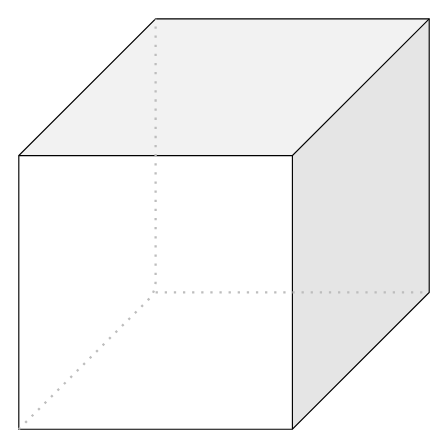
This is DW_Cube.drawio from SlatanEnLexSemester4/Data-Warehousing-en-Business-Intelligence, a draw.io file, before an edit. Source tidied: cells renumbered, new cells numbered last; positions are measured from the earlier drawing's top-left corner, leaving out a move shared by most shapes. Both pictures are drawn from the tidied source at 114%, with x=0, y=0 at pixel (18, 18).
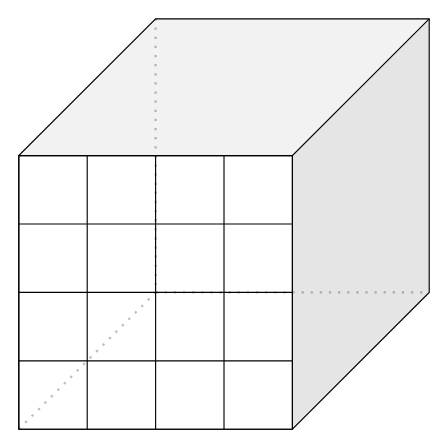
The same diagram, later.

The change refers to these unchanged cells:
```xml
<mxCell id="2" style="shape=cube;whiteSpace=wrap;html=1;boundedLbl=1;backgroundOutline=1;darkOpacity=0.05;darkOpacity2=0.1;flipH=1;size=120;fillColor=none;" parent="1" vertex="1">
  <mxGeometry width="360" height="360" as="geometry" />
</mxCell>
```

What changed in the source:
```diff
@@
+    <mxCell id="4" style="endArrow=none;dashed=1;html=1;dashPattern=1 3;strokeWidth=2;entryX=0;entryY=0;entryDx=0;entryDy=240;entryPerimeter=0;strokeColor=#BDBDBD;" parent="1" edge="1" target="2">
+      <mxGeometry relative="1" as="geometry">
+        <mxPoint x="120" y="240" as="sourcePoint" />
+      </mxGeometry>
+    </mxCell>
+    <mxCell id="3" style="endArrow=none;dashed=1;html=1;dashPattern=1 3;strokeWidth=2;exitX=1;exitY=1;exitDx=0;exitDy=0;exitPerimeter=0;entryX=0;entryY=0;entryDx=240;entryDy=0;entryPerimeter=0;strokeColor=#BDBDBD;edgeStyle=isometricEdgeStyle;rounded=0;" parent="1" edge="1" source="2" target="2">
+      <mxGeometry relative="1" as="geometry">
+        <Array as="points">
+          <mxPoint x="120" y="240" />
+        </Array>
+      </mxGeometry>
+    </mxCell>
@@
-    <mxCell id="3" style="endArrow=none;dashed=1;html=1;dashPattern=1 3;strokeWidth=2;exitX=1;exitY=1;exitDx=0;exitDy=0;exitPerimeter=0;entryX=0;entryY=0;entryDx=240;entryDy=0;entryPerimeter=0;strokeColor=#BDBDBD;" parent="1" edge="1" source="2" target="2">
-      <mxGeometry relative="1" as="geometry">
-        <Array as="points">
-          <mxPoint x="120" y="240" />
-        </Array>
-      </mxGeometry>
-    </mxCell>
-    <mxCell id="4" style="endArrow=none;dashed=1;html=1;dashPattern=1 3;strokeWidth=2;entryX=0;entryY=0;entryDx=0;entryDy=240;entryPerimeter=0;strokeColor=#BDBDBD;" parent="1" edge="1" target="2">
-      <mxGeometry relative="1" as="geometry">
-        <mxPoint x="120" y="240" as="sourcePoint" />
-      </mxGeometry>
-    </mxCell>
+    <mxCell id="5" style="shape=table;html=1;whiteSpace=wrap;startSize=0;childLayout=tableLayout;fillColor=none;" parent="1" vertex="1">
+      <mxGeometry y="120" width="240" height="240" as="geometry" />
+    </mxCell>
+    <mxCell id="6" style="shape=partialRectangle;html=1;whiteSpace=wrap;fillColor=none;top=0;left=0;bottom=0;right=0;" parent="5" vertex="1">
+      <mxGeometry width="240" height="60" as="geometry" />
+    </mxCell>
+    <mxCell id="7" style="shape=partialRectangle;html=1;whiteSpace=wrap;fillColor=none;top=0;left=0;bottom=0;right=0;overflow=hidden;" parent="6" vertex="1">
+      <mxGeometry width="60" height="60" as="geometry" />
+    </mxCell>
+    <mxCell id="8" style="shape=partialRectangle;html=1;whiteSpace=wrap;fillColor=none;top=0;left=0;bottom=0;right=0;overflow=hidden;" parent="6" vertex="1">
+      <mxGeometry x="60" width="60" height="60" as="geometry" />
+    </mxCell>
+    <mxCell id="9" style="shape=partialRectangle;html=1;whiteSpace=wrap;fillColor=none;top=0;left=0;bottom=0;right=0;overflow=hidden;" parent="6" vertex="1">
+      <mxGeometry x="120" width="60" height="60" as="geometry" />
+    </mxCell>
+    <mxCell id="10" style="shape=partialRectangle;html=1;whiteSpace=wrap;fillColor=none;top=0;left=0;bottom=0;right=0;overflow=hidden;" parent="6" vertex="1">
+      <mxGeometry x="180" width="60" height="60" as="geometry" />
+    </mxCell>
+    <mxCell id="11" style="shape=partialRectangle;html=1;whiteSpace=wrap;fillColor=none;top=0;left=0;bottom=0;right=0;" parent="5" vertex="1">
+      <mxGeometry y="60" width="240" height="60" as="geometry" />
+    </mxCell>
+    <mxCell id="12" style="shape=partialRectangle;html=1;whiteSpace=wrap;fillColor=none;top=0;left=0;bottom=0;right=0;overflow=hidden;" parent="11" vertex="1">
+      <mxGeometry width="60" height="60" as="geometry" />
+    </mxCell>
+    <mxCell id="13" style="shape=partialRectangle;html=1;whiteSpace=wrap;fillColor=none;top=0;left=0;bottom=0;right=0;overflow=hidden;" parent="11" vertex="1">
+      <mxGeometry x="60" width="60" height="60" as="geometry" />
+    </mxCell>
+    <mxCell id="14" style="shape=partialRectangle;html=1;whiteSpace=wrap;fillColor=none;top=0;left=0;bottom=0;right=0;overflow=hidden;" parent="11" vertex="1">
+      <mxGeometry x="120" width="60" height="60" as="geometry" />
+    </mxCell>
+    <mxCell id="15" style="shape=partialRectangle;html=1;whiteSpace=wrap;fillColor=none;top=0;left=0;bottom=0;right=0;overflow=hidden;" parent="11" vertex="1">
+      <mxGeometry x="180" width="60" height="60" as="geometry" />
+    </mxCell>
+    <mxCell id="16" style="shape=partialRectangle;html=1;whiteSpace=wrap;fillColor=none;top=0;left=0;bottom=0;right=0;" parent="5" vertex="1">
+      <mxGeometry y="120" width="240" height="60" as="geometry" />
+    </mxCell>
+    <mxCell id="17" style="shape=partialRectangle;html=1;whiteSpace=wrap;fillColor=none;top=0;left=0;bottom=0;right=0;overflow=hidden;" parent="16" vertex="1">
+      <mxGeometry width="60" height="60" as="geometry" />
+    </mxCell>
+    <mxCell id="18" style="shape=partialRectangle;html=1;whiteSpace=wrap;fillColor=none;top=0;left=0;bottom=0;right=0;overflow=hidden;" parent="16" vertex="1">
+      <mxGeometry x="60" width="60" height="60" as="geometry" />
+    </mxCell>
+    <mxCell id="19" style="shape=partialRectangle;html=1;whiteSpace=wrap;fillColor=none;top=0;left=0;bottom=0;right=0;overflow=hidden;" parent="16" vertex="1">
+      <mxGeometry x="120" width="60" height="60" as="geometry" />
+    </mxCell>
+    <mxCell id="20" style="shape=partialRectangle;html=1;whiteSpace=wrap;fillColor=none;top=0;left=0;bottom=0;right=0;overflow=hidden;" parent="16" vertex="1">
+      <mxGeometry x="180" width="60" height="60" as="geometry" />
+    </mxCell>
+    <mxCell id="21" style="shape=partialRectangle;html=1;whiteSpace=wrap;fillColor=none;top=0;left=0;bottom=0;right=0;" parent="5" vertex="1">
+      <mxGeometry y="180" width="240" height="60" as="geometry" />
+    </mxCell>
+    <mxCell id="22" style="shape=partialRectangle;html=1;whiteSpace=wrap;fillColor=none;top=0;left=0;bottom=0;right=0;overflow=hidden;" parent="21" vertex="1">
+      <mxGeometry width="60" height="60" as="geometry" />
+    </mxCell>
+    <mxCell id="23" style="shape=partialRectangle;html=1;whiteSpace=wrap;fillColor=none;top=0;left=0;bottom=0;right=0;overflow=hidden;" parent="21" vertex="1">
+      <mxGeometry x="60" width="60" height="60" as="geometry" />
+    </mxCell>
+    <mxCell id="24" style="shape=partialRectangle;html=1;whiteSpace=wrap;fillColor=none;top=0;left=0;bottom=0;right=0;overflow=hidden;" parent="21" vertex="1">
+      <mxGeometry x="120" width="60" height="60" as="geometry" />
+    </mxCell>
+    <mxCell id="25" style="shape=partialRectangle;html=1;whiteSpace=wrap;fillColor=none;top=0;left=0;bottom=0;right=0;overflow=hidden;" parent="21" vertex="1">
+      <mxGeometry x="180" width="60" height="60" as="geometry" />
+    </mxCell>
```
